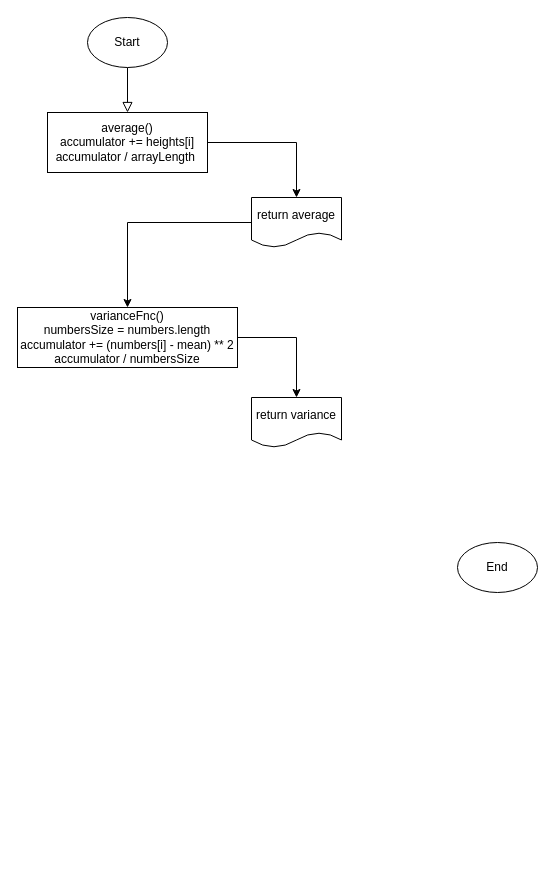
Johanbeltranramirez/DiagramsRepository keeps this draw.io diagram as Uninpahu Diagrams/Quality Metricals/Compute Standard Desviation.drawio. Above is the earlier version. Source tidied: cells renumbered, new cells numbered last; positions are measured from the earlier drawing's top-left corner, leaving out a move shared by most shapes. Both pictures are drawn from the tidied source at 100%, with x=0, y=0 at pixel (17, 17).
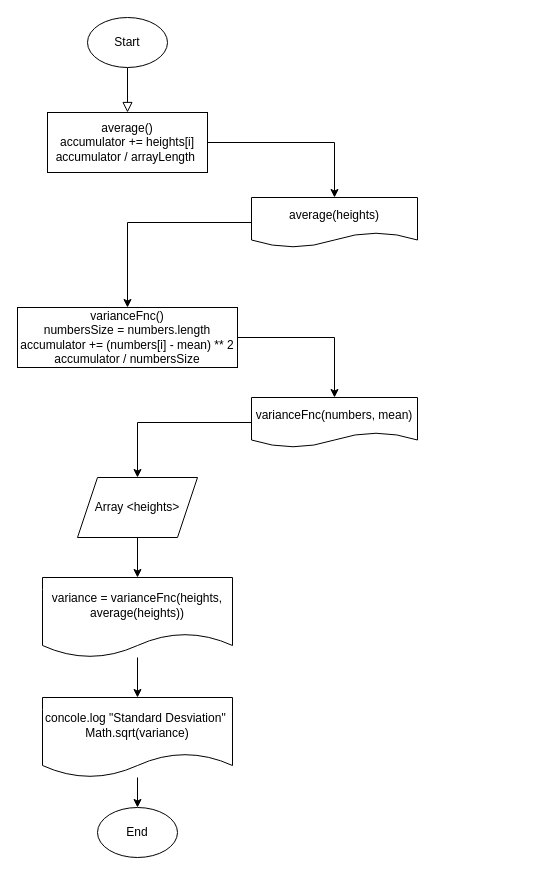
The same page after the edit.

Change to the diagram source:
```diff
@@
 <mxGraphModel>
   <root>
     <mxCell id="0" />
     <mxCell id="1" parent="0" />
     <mxCell id="2" style="rounded=0;html=1;jettySize=auto;fontSize=11;endArrow=block;endFill=0;endSize=8;strokeWidth=1;shadow=0;labelBackgroundColor=none;edgeStyle=orthogonalEdgeStyle;entryX=0.5;entryY=0;entryDx=0;entryDy=0;exitX=0.5;exitY=1;exitDx=0;exitDy=0;" parent="1" edge="1" source="3" target="6">
       <mxGeometry relative="1" as="geometry" />
     </mxCell>
     <mxCell id="3" value="Start" style="ellipse;whiteSpace=wrap;html=1;" parent="1" vertex="1">
       <mxGeometry x="70" width="80" height="50" as="geometry" />
     </mxCell>
     <mxCell id="4" value="End" style="ellipse;whiteSpace=wrap;html=1;" parent="1" vertex="1">
-      <mxGeometry x="440" y="525" width="80" height="50" as="geometry" />
+      <mxGeometry x="80" y="790" width="80" height="50" as="geometry" />
     </mxCell>
     <mxCell id="5" style="edgeStyle=orthogonalEdgeStyle;rounded=0;jettySize=auto;html=1;entryX=0.5;entryY=0;entryDx=0;entryDy=0;" parent="1" edge="1" source="6" target="10">
       <mxGeometry relative="1" as="geometry" />
     </mxCell>
     <mxCell id="6" value="average()&lt;br&gt;&lt;span style=&quot;text-align: left;&quot;&gt;accumulator += heights[i]&lt;br&gt;&lt;/span&gt;accumulator / arrayLength&amp;nbsp;" style="rounded=0;whiteSpace=wrap;html=1;" parent="1" vertex="1">
       <mxGeometry x="30" y="95" width="160" height="60" as="geometry" />
     </mxCell>
     <mxCell id="7" style="edgeStyle=orthogonalEdgeStyle;rounded=0;jettySize=auto;html=1;entryX=0.5;entryY=0;entryDx=0;entryDy=0;" parent="1" edge="1" source="8" target="11">
       <mxGeometry relative="1" as="geometry" />
     </mxCell>
     <mxCell id="8" value="varianceFnc()&lt;br&gt;numbersSize = numbers.length&lt;br&gt;accumulator += (numbers[i] - mean) ** 2&lt;br&gt;accumulator / numbersSize" style="rounded=0;whiteSpace=wrap;html=1;" parent="1" vertex="1">
       <mxGeometry y="290" width="220" height="60" as="geometry" />
     </mxCell>
     <mxCell id="9" style="edgeStyle=orthogonalEdgeStyle;rounded=0;jettySize=auto;html=1;entryX=0.5;entryY=0;entryDx=0;entryDy=0;" parent="1" edge="1" source="10" target="8">
       <mxGeometry relative="1" as="geometry" />
     </mxCell>
-    <mxCell id="10" value="return average" style="shape=document;whiteSpace=wrap;html=1;boundedLbl=1;" parent="1" vertex="1">
-      <mxGeometry x="234" y="180" width="90" height="50" as="geometry" />
+    <mxCell id="10" value="average(heights)" style="shape=document;whiteSpace=wrap;html=1;boundedLbl=1;" parent="1" vertex="1">
+      <mxGeometry x="234" y="180" width="166" height="50" as="geometry" />
     </mxCell>
+    <mxCell id="12" style="edgeStyle=orthogonalEdgeStyle;rounded=0;jettySize=auto;html=1;entryX=0.5;entryY=0;entryDx=0;entryDy=0;" parent="1" edge="1" source="11" target="14">
+      <mxGeometry relative="1" as="geometry" />
+    </mxCell>
-    <mxCell id="11" value="return variance" style="shape=document;whiteSpace=wrap;html=1;boundedLbl=1;" parent="1" vertex="1">
-      <mxGeometry x="234" y="380" width="90" height="50" as="geometry" />
+    <mxCell id="11" value="varianceFnc(numbers, mean)" style="shape=document;whiteSpace=wrap;html=1;boundedLbl=1;" parent="1" vertex="1">
+      <mxGeometry x="234" y="380" width="166" height="50" as="geometry" />
     </mxCell>
+    <mxCell id="13" style="edgeStyle=orthogonalEdgeStyle;rounded=0;jettySize=auto;html=1;" parent="1" edge="1" source="14" target="16">
+      <mxGeometry relative="1" as="geometry" />
+    </mxCell>
+    <mxCell id="14" value="Array &amp;lt;heights&amp;gt;" style="shape=parallelogram;perimeter=parallelogramPerimeter;whiteSpace=wrap;html=1;fixedSize=1;" parent="1" vertex="1">
+      <mxGeometry x="60" y="460" width="120" height="60" as="geometry" />
+    </mxCell>
+    <mxCell id="15" style="edgeStyle=orthogonalEdgeStyle;rounded=0;jettySize=auto;html=1;entryX=0.5;entryY=0;entryDx=0;entryDy=0;" parent="1" edge="1" source="16" target="18">
+      <mxGeometry relative="1" as="geometry" />
+    </mxCell>
+    <mxCell id="16" value="variance =&amp;nbsp;varianceFnc(heights, average(heights))" style="shape=document;whiteSpace=wrap;html=1;boundedLbl=1;" parent="1" vertex="1">
+      <mxGeometry x="25" y="560" width="190" height="80" as="geometry" />
+    </mxCell>
+    <mxCell id="17" style="edgeStyle=orthogonalEdgeStyle;rounded=0;jettySize=auto;html=1;entryX=0.5;entryY=0;entryDx=0;entryDy=0;" parent="1" edge="1" source="18" target="4">
+      <mxGeometry relative="1" as="geometry" />
+    </mxCell>
+    <mxCell id="18" value="concole.log &quot;Standard Desviation&quot;&amp;nbsp;&lt;br&gt;Math.sqrt(variance)" style="shape=document;whiteSpace=wrap;html=1;boundedLbl=1;" parent="1" vertex="1">
+      <mxGeometry x="25" y="680" width="190" height="80" as="geometry" />
+    </mxCell>
   </root>
 </mxGraphModel>
```
